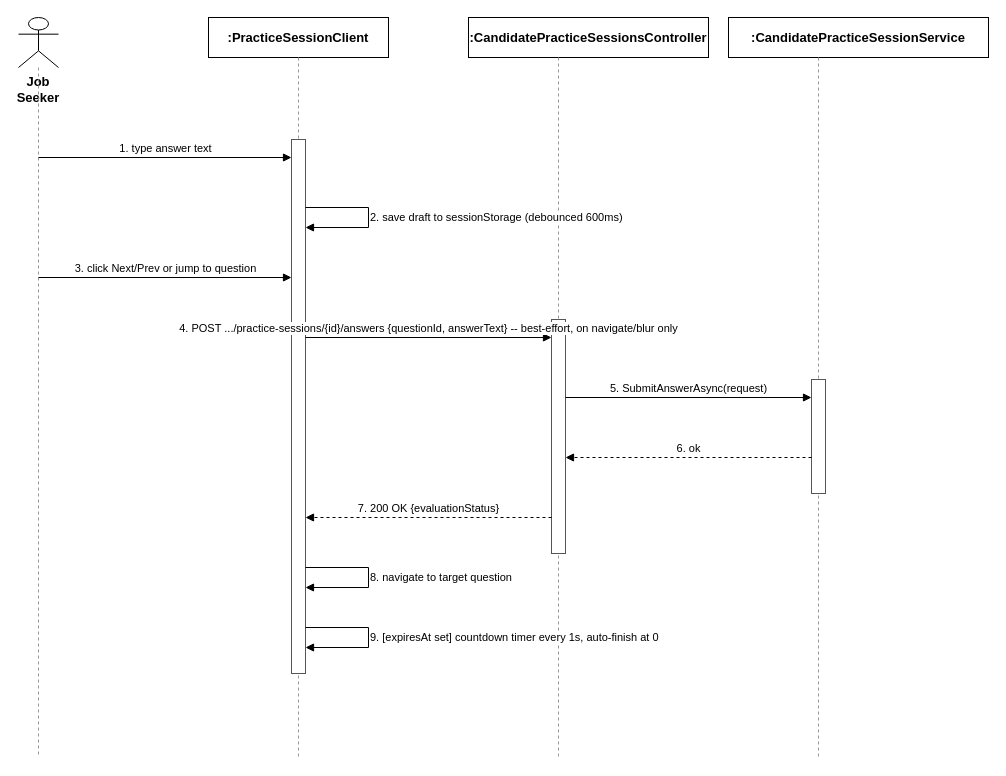
The draw.io diagram docs/qa/Tu_SequenceDiagram/06_Answer_Questions_and_Navigate.drawio in tulklk/AI_Interview_Question_Generation_RAG_LLM_FE, before the edit. Source tidied: cells renumbered, new cells numbered last; positions are measured from the earlier drawing's top-left corner, leaving out a move shared by most shapes. Both pictures are drawn from the tidied source at 100%, with x=0, y=0 at pixel (18, 17).
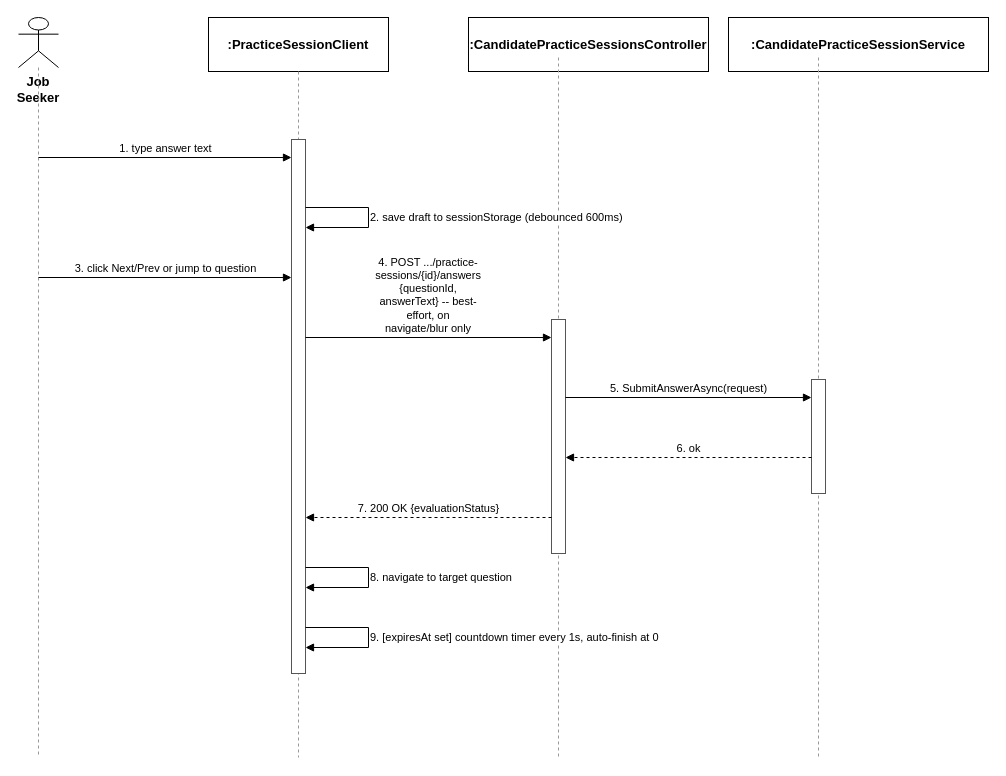
After the change.

The edit, as a diff of the source:
```diff
@@
     <mxCell id="4" value=":PracticeSessionClient" style="rounded=0;whiteSpace=wrap;html=1;fontSize=13;fillColor=#ffffff;strokeColor=#000000;fontStyle=1;" parent="1" vertex="1">
-      <mxGeometry x="190" width="180" height="40" as="geometry" />
+      <mxGeometry x="190" width="180" height="54" as="geometry" />
     </mxCell>
     <mxCell id="5" style="endArrow=none;dashed=1;html=1;strokeColor=#999999;" parent="1" edge="1">
       <mxGeometry relative="1" as="geometry">
-        <mxPoint x="280" y="40" as="sourcePoint" />
+        <mxPoint x="280" y="54" as="sourcePoint" />
         <mxPoint x="280" y="740" as="targetPoint" />
       </mxGeometry>
     </mxCell>
     <mxCell id="6" value=":CandidatePracticeSessionsController" style="rounded=0;whiteSpace=wrap;html=1;fontSize=13;fillColor=#ffffff;strokeColor=#000000;fontStyle=1;" parent="1" vertex="1">
-      <mxGeometry x="450" width="240" height="40" as="geometry" />
+      <mxGeometry x="450" width="240" height="54" as="geometry" />
     </mxCell>
@@
     <mxCell id="8" value=":CandidatePracticeSessionService" style="rounded=0;whiteSpace=wrap;html=1;fontSize=13;fillColor=#ffffff;strokeColor=#000000;fontStyle=1;" parent="1" vertex="1">
-      <mxGeometry x="710" width="260" height="40" as="geometry" />
+      <mxGeometry x="710" width="260" height="54" as="geometry" />
     </mxCell>
@@
-    <mxCell id="16" value="4. POST .../practice-sessions/{id}/answers {questionId, answerText}  -- best-effort, on navigate/blur only" style="endArrow=block;endFill=1;html=1;fontSize=11;align=center;verticalAlign=bottom;labelBackgroundColor=#ffffff;strokeColor=#000000;" parent="1" edge="1">
+    <mxCell id="16" value="4. POST .../practice-sessions/{id}/answers {questionId, answerText}  -- best-effort, on navigate/blur only" style="endArrow=block;endFill=1;html=1;whiteSpace=wrap;fontSize=11;align=center;verticalAlign=bottom;labelBackgroundColor=#ffffff;strokeColor=#000000;" parent="1" edge="1">
       <mxGeometry relative="1" as="geometry">
         <mxPoint x="287" y="320" as="sourcePoint" />
         <mxPoint x="533" y="320" as="targetPoint" />
       </mxGeometry>
     </mxCell>
```
